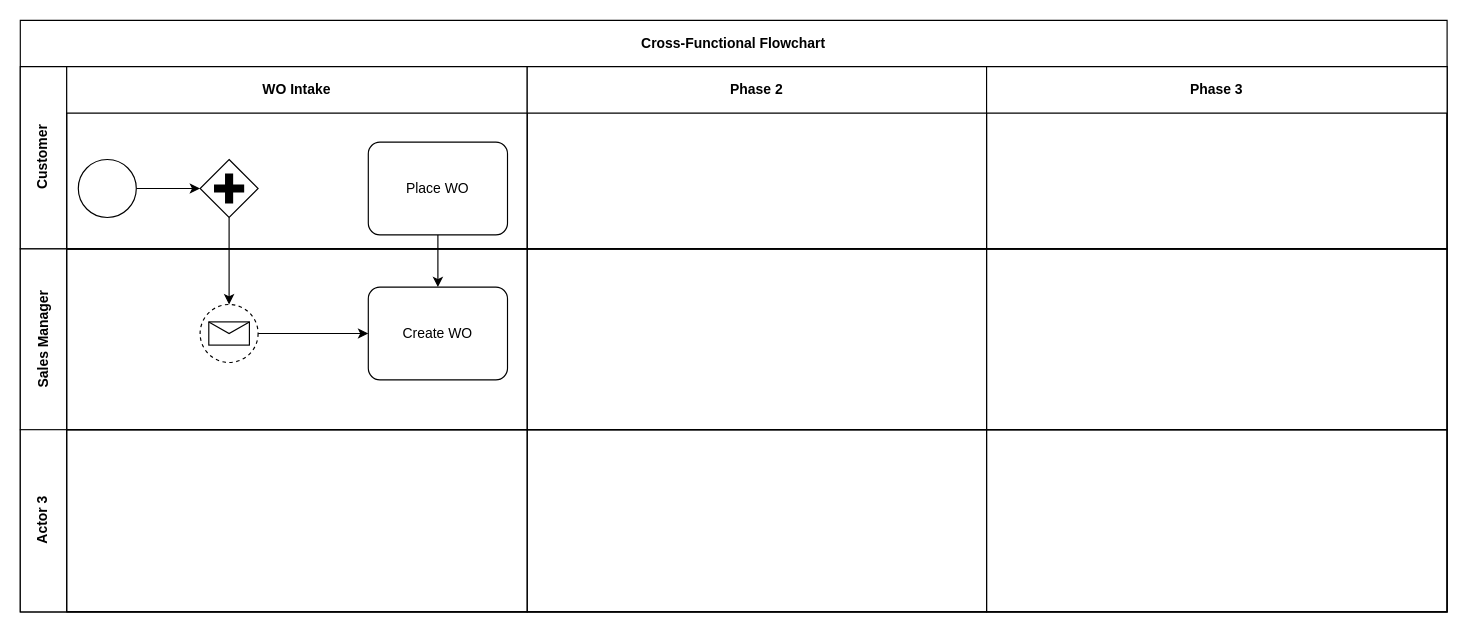
Earlier version of the draw.io diagram business-process/work-order-2-invoice.drawio (lmnaslimited/vjl). Source tidied: cells renumbered, new cells numbered last; positions are measured from the earlier drawing's top-left corner, leaving out a move shared by most shapes. Both pictures are drawn from the tidied source at 116%, with x=0, y=0 at pixel (20, 20).
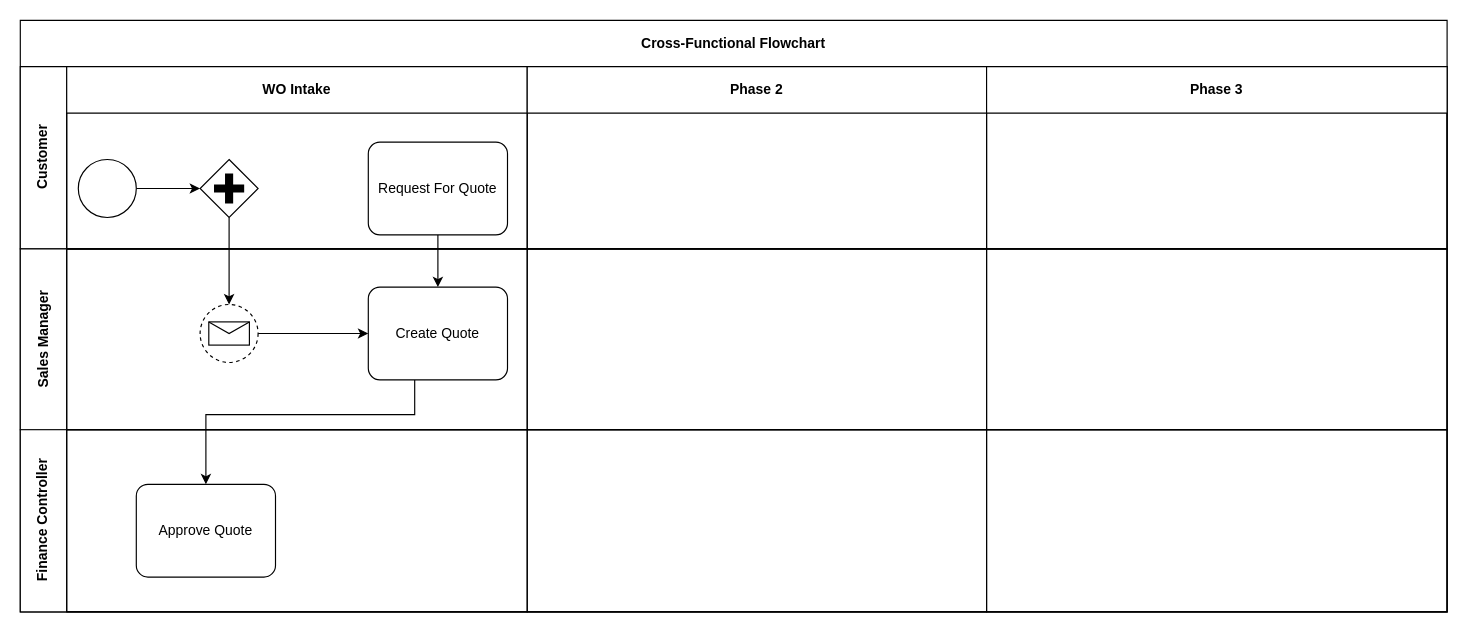
The same page after the edit.

The change refers to these unchanged cells:
```xml
<mxCell id="2" value="Cross-Functional Flowchart" style="shape=table;childLayout=tableLayout;rowLines=0;columnLines=0;startSize=40;html=1;whiteSpace=wrap;fontStyle=1;align=center;" parent="1" vertex="1">
  <mxGeometry width="1230" height="510" as="geometry" />
</mxCell>
<mxCell id="4" value="WO Intake" style="swimlane;startSize=40;html=1;whiteSpace=wrap;" parent="3" vertex="1">
  <mxGeometry x="40" width="397" height="157" as="geometry" />
</mxCell>
<mxCell id="12" style="swimlane;startSize=0;html=1;whiteSpace=wrap;" parent="11" vertex="1">
  <mxGeometry x="40" width="397" height="156" as="geometry" />
</mxCell>
<mxCell id="19" style="swimlane;startSize=0;html=1;whiteSpace=wrap;" parent="18" vertex="1">
  <mxGeometry x="40" width="397" height="157" as="geometry" />
</mxCell>
```

Diff of the diagram source:
```diff
@@
-    <mxCell id="8" value="Place WO" style="points=[[0.25,0,0],[0.5,0,0],[0.75,0,0],[1,0.25,0],[1,0.5,0],[1,0.75,0],[0.75,1,0],[0.5,1,0],[0.25,1,0],[0,0.75,0],[0,0.5,0],[0,0.25,0]];shape=mxgraph.bpmn.task;whiteSpace=wrap;rectStyle=rounded;size=10;taskMarker=abstract;" parent="4" vertex="1">
+    <mxCell id="8" value="Request For Quote" style="points=[[0.25,0,0],[0.5,0,0],[0.75,0,0],[1,0.25,0],[1,0.5,0],[1,0.75,0],[0.75,1,0],[0.5,1,0],[0.25,1,0],[0,0.75,0],[0,0.5,0],[0,0.25,0]];shape=mxgraph.bpmn.task;whiteSpace=wrap;rectStyle=rounded;size=10;taskMarker=abstract;" parent="4" vertex="1">
       <mxGeometry x="260" y="65" width="120" height="80" as="geometry" />
     </mxCell>
@@
-    <mxCell id="15" value="Create WO" style="points=[[0.25,0,0],[0.5,0,0],[0.75,0,0],[1,0.25,0],[1,0.5,0],[1,0.75,0],[0.75,1,0],[0.5,1,0],[0.25,1,0],[0,0.75,0],[0,0.5,0],[0,0.25,0]];shape=mxgraph.bpmn.task;whiteSpace=wrap;rectStyle=rounded;size=10;taskMarker=abstract;" parent="12" vertex="1">
+    <mxCell id="15" value="Create Quote" style="points=[[0.25,0,0],[0.5,0,0],[0.75,0,0],[1,0.25,0],[1,0.5,0],[1,0.75,0],[0.75,1,0],[0.5,1,0],[0.25,1,0],[0,0.75,0],[0,0.5,0],[0,0.25,0]];shape=mxgraph.bpmn.task;whiteSpace=wrap;rectStyle=rounded;size=10;taskMarker=abstract;" parent="12" vertex="1">
       <mxGeometry x="260" y="33" width="120" height="80" as="geometry" />
     </mxCell>
@@
-    <mxCell id="18" value="Actor 3" style="swimlane;horizontal=0;startSize=40;html=1;whiteSpace=wrap;" parent="2" vertex="1">
+    <mxCell id="18" value="Finance Controller" style="swimlane;horizontal=0;startSize=40;html=1;whiteSpace=wrap;" parent="2" vertex="1">
       <mxGeometry y="353" width="1230" height="157" as="geometry" />
     </mxCell>
@@
+    <mxCell id="24" value="Approve Quote" style="points=[[0.25,0,0],[0.5,0,0],[0.75,0,0],[1,0.25,0],[1,0.5,0],[1,0.75,0],[0.75,1,0],[0.5,1,0],[0.25,1,0],[0,0.75,0],[0,0.5,0],[0,0.25,0]];shape=mxgraph.bpmn.task;whiteSpace=wrap;rectStyle=rounded;size=10;taskMarker=abstract;" parent="19" vertex="1">
+      <mxGeometry x="60" y="47" width="120" height="80" as="geometry" />
+    </mxCell>
@@
+    <mxCell id="25" style="edgeStyle=orthogonalEdgeStyle;rounded=0;jettySize=auto;html=1;" parent="2" edge="1" source="15" target="24">
+      <mxGeometry relative="1" as="geometry">
+        <Array as="points">
+          <mxPoint x="340" y="340" />
+          <mxPoint x="160" y="340" />
+        </Array>
+      </mxGeometry>
+    </mxCell>
```
